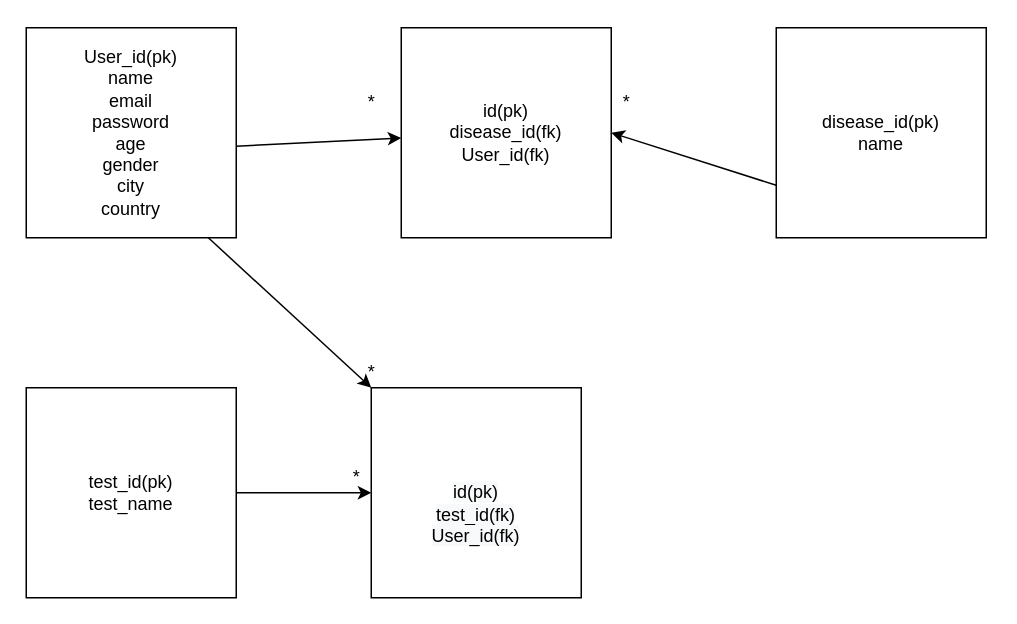
Sameea786/calculator keeps this draw.io diagram as Untitled Diagram.drawio. Above is the earlier version. Source tidied: cells renumbered, new cells numbered last; positions are measured from the earlier drawing's top-left corner, leaving out a move shared by most shapes. Both pictures are drawn from the tidied source at 150%, with x=0, y=0 at pixel (26, 27).
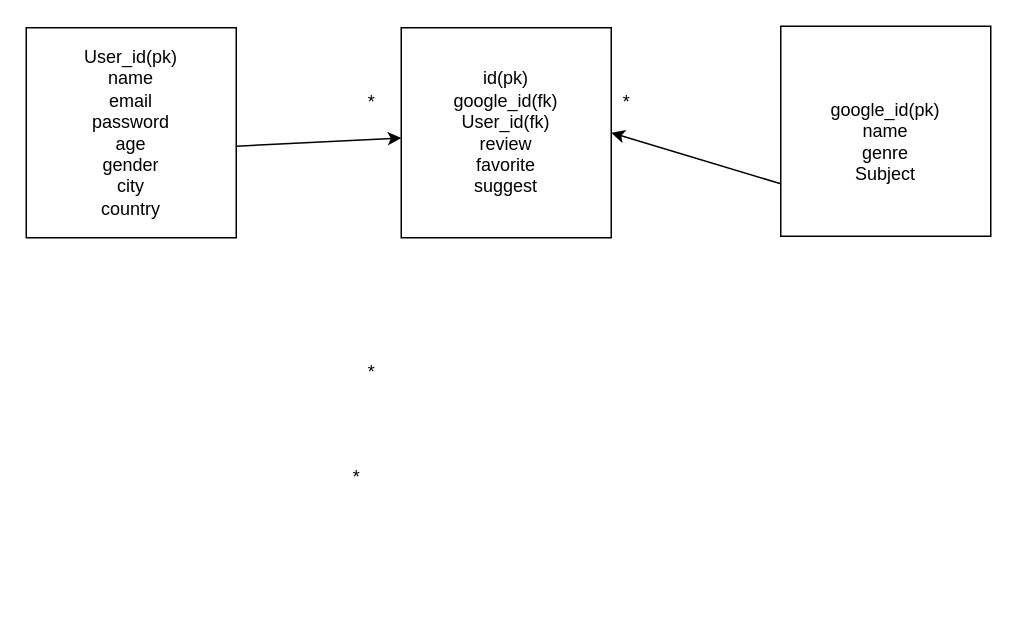
Above is the later version.

What changed in the source:
```diff
@@
 <mxGraphModel>
   <root>
     <mxCell id="0" />
     <mxCell id="1" parent="0" />
     <mxCell id="2" value="User_id(pk)&lt;br&gt;name&lt;br&gt;email&lt;br&gt;password&lt;br&gt;age&lt;br&gt;gender&lt;br&gt;city&lt;br&gt;country" style="whiteSpace=wrap;html=1;" parent="1" vertex="1">
       <mxGeometry width="140" height="140" as="geometry" />
     </mxCell>
-    <mxCell id="3" value="disease_id(pk)&lt;br&gt;name" style="whiteSpace=wrap;html=1;" parent="1" vertex="1">
-      <mxGeometry x="500" width="140" height="140" as="geometry" />
+    <mxCell id="3" value="&lt;br&gt;google_id(pk)&lt;br&gt;name&lt;br&gt;genre&lt;br&gt;Subject" style="whiteSpace=wrap;html=1;" parent="1" vertex="1">
+      <mxGeometry x="503" y="-1" width="140" height="140" as="geometry" />
     </mxCell>
-    <mxCell id="4" value="id(pk)&lt;br&gt;disease_id(fk)&lt;br&gt;User_id(fk)" style="whiteSpace=wrap;html=1;" parent="1" vertex="1">
+    <mxCell id="4" value="id(pk)&lt;br&gt;google_id(fk)&lt;br&gt;User_id(fk)&lt;br&gt;review&lt;br&gt;favorite&lt;br&gt;suggest" style="whiteSpace=wrap;html=1;" parent="1" vertex="1">
       <mxGeometry x="250" width="140" height="140" as="geometry" />
     </mxCell>
     <mxCell id="5" style="endArrow=classic;html=1;exitX=1;exitY=0.564;exitDx=0;exitDy=0;exitPerimeter=0;" parent="1" edge="1" source="2" target="4">
       <mxGeometry relative="1" as="geometry" />
     </mxCell>
     <mxCell id="6" style="endArrow=classic;html=1;exitX=0;exitY=0.75;exitDx=0;exitDy=0;entryX=1;entryY=0.5;entryDx=0;entryDy=0;" parent="1" edge="1" source="3" target="4">
       <mxGeometry relative="1" as="geometry" />
     </mxCell>
     <mxCell id="7" value="*" style="text;html=1;align=center;verticalAlign=middle;" parent="1" vertex="1">
       <mxGeometry x="220" y="40" width="20" height="20" as="geometry" />
     </mxCell>
     <mxCell id="8" value="*" style="text;html=1;align=center;verticalAlign=middle;" parent="1" vertex="1">
       <mxGeometry x="390" y="40" width="20" height="20" as="geometry" />
     </mxCell>
-    <mxCell id="9" value="test_id(pk)&lt;br&gt;test_name" style="whiteSpace=wrap;html=1;" parent="1" vertex="1">
-      <mxGeometry y="240" width="140" height="140" as="geometry" />
-    </mxCell>
-    <mxCell id="10" value="&lt;br&gt;&lt;br&gt;&lt;span style=&quot;color: rgb(0 , 0 , 0) ; font-family: &amp;#34;helvetica&amp;#34; ; font-size: 12px ; font-style: normal ; font-weight: 400 ; letter-spacing: normal ; text-align: center ; text-indent: 0px ; text-transform: none ; word-spacing: 0px ; background-color: rgb(248 , 249 , 250) ; display: inline ; float: none&quot;&gt;id(pk)&lt;/span&gt;&lt;br style=&quot;color: rgb(0 , 0 , 0) ; font-family: &amp;#34;helvetica&amp;#34; ; font-size: 12px ; font-style: normal ; font-weight: 400 ; letter-spacing: normal ; text-align: center ; text-indent: 0px ; text-transform: none ; word-spacing: 0px ; background-color: rgb(248 , 249 , 250)&quot;&gt;&lt;span style=&quot;color: rgb(0 , 0 , 0) ; font-family: &amp;#34;helvetica&amp;#34; ; font-size: 12px ; font-style: normal ; font-weight: 400 ; letter-spacing: normal ; text-align: center ; text-indent: 0px ; text-transform: none ; word-spacing: 0px ; background-color: rgb(248 , 249 , 250) ; display: inline ; float: none&quot;&gt;test_id(fk)&lt;/span&gt;&lt;br style=&quot;color: rgb(0 , 0 , 0) ; font-family: &amp;#34;helvetica&amp;#34; ; font-size: 12px ; font-style: normal ; font-weight: 400 ; letter-spacing: normal ; text-align: center ; text-indent: 0px ; text-transform: none ; word-spacing: 0px ; background-color: rgb(248 , 249 , 250)&quot;&gt;&lt;span style=&quot;color: rgb(0 , 0 , 0) ; font-family: &amp;#34;helvetica&amp;#34; ; font-size: 12px ; font-style: normal ; font-weight: 400 ; letter-spacing: normal ; text-align: center ; text-indent: 0px ; text-transform: none ; word-spacing: 0px ; background-color: rgb(248 , 249 , 250) ; display: inline ; float: none&quot;&gt;User_id(fk)&lt;/span&gt;&lt;br&gt;" style="whiteSpace=wrap;html=1;" parent="1" vertex="1">
-      <mxGeometry x="230" y="240" width="140" height="140" as="geometry" />
-    </mxCell>
-    <mxCell id="11" style="endArrow=classic;html=1;" parent="1" edge="1" source="9" target="10">
-      <mxGeometry relative="1" as="geometry" />
-    </mxCell>
-    <mxCell id="12" style="endArrow=classic;html=1;exitX=0.867;exitY=1;exitDx=0;exitDy=0;exitPerimeter=0;entryX=0;entryY=0;entryDx=0;entryDy=0;" parent="1" edge="1" source="2" target="10">
-      <mxGeometry relative="1" as="geometry" />
-    </mxCell>
     <mxCell id="13" value="*" style="text;html=1;align=center;verticalAlign=middle;" parent="1" vertex="1">
       <mxGeometry x="220" y="220" width="20" height="20" as="geometry" />
     </mxCell>
     <mxCell id="14" value="*" style="text;html=1;align=center;verticalAlign=middle;" parent="1" vertex="1">
       <mxGeometry x="210" y="290" width="20" height="20" as="geometry" />
     </mxCell>
   </root>
 </mxGraphModel>
```
